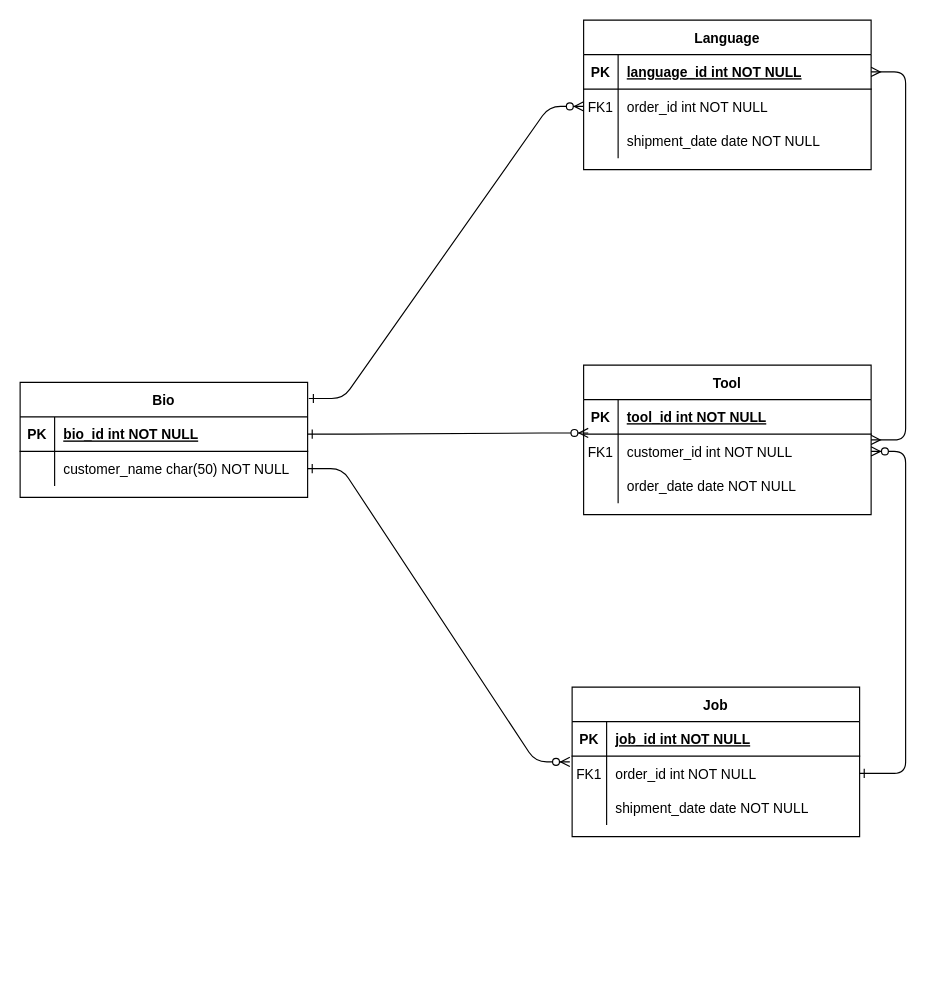
BrunoTerres/portfolio keeps this draw.io diagram as Untitled Diagram.drawio. Above is the earlier version. Source tidied: cells renumbered, new cells numbered last; positions are measured from the earlier drawing's top-left corner, leaving out a move shared by most shapes. Both pictures are drawn from the tidied source at 115%, with x=0, y=0 at pixel (20, 20).
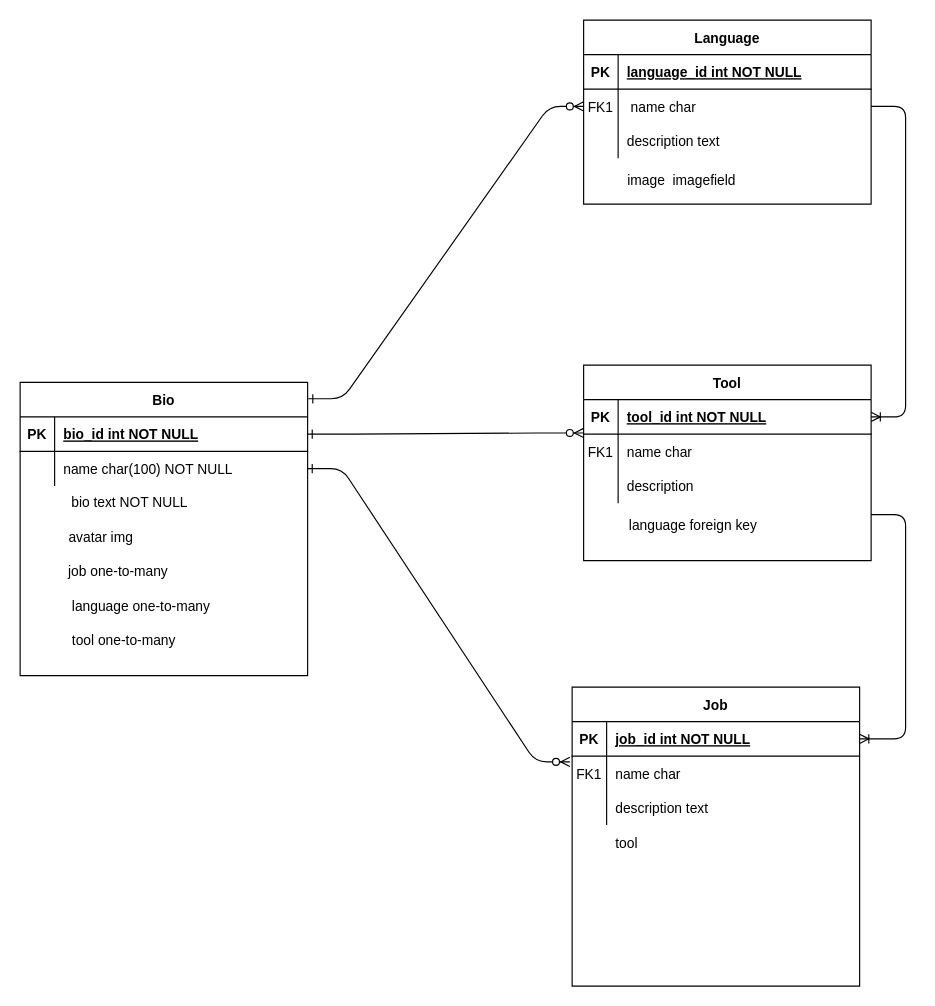
The same diagram, later.

The change refers to these unchanged cells:
```xml
<mxCell id="5" style="shape=partialRectangle;fillColor=none;points=[[0,0.5],[1,0.5]];portConstraint=eastwest;top=0;left=0;right=0;bottom=1;" parent="4" vertex="1">
  <mxGeometry y="30" width="250" height="30" as="geometry" />
</mxCell>
<mxCell id="8" style="shape=partialRectangle;fillColor=none;points=[[0,0.5],[1,0.5]];portConstraint=eastwest;top=0;left=0;right=0;bottom=0;" parent="4" vertex="1">
  <mxGeometry y="60" width="250" height="30" as="geometry" />
</mxCell>
<mxCell id="11" style="shape=partialRectangle;fillColor=none;top=0;left=0;right=0;bottom=0;" parent="4" vertex="1">
  <mxGeometry y="90" width="250" height="30" as="geometry" />
</mxCell>
<mxCell id="15" style="shape=partialRectangle;fillColor=none;points=[[0,0.5],[1,0.5]];portConstraint=eastwest;top=0;left=0;right=0;bottom=1;" parent="14" vertex="1">
  <mxGeometry y="30" width="250" height="30" as="geometry" />
</mxCell>
<mxCell id="18" style="shape=partialRectangle;fillColor=none;points=[[0,0.5],[1,0.5]];portConstraint=eastwest;top=0;left=0;right=0;bottom=0;" parent="14" vertex="1">
  <mxGeometry y="60" width="250" height="30" as="geometry" />
</mxCell>
<mxCell id="21" style="shape=partialRectangle;fillColor=none;top=0;left=0;right=0;bottom=0;" parent="14" vertex="1">
  <mxGeometry y="90" width="250" height="30" as="geometry" />
</mxCell>
<mxCell id="25" style="shape=partialRectangle;fillColor=none;points=[[0,0.5],[1,0.5]];portConstraint=eastwest;top=0;left=0;right=0;bottom=1;" parent="24" vertex="1">
  <mxGeometry y="30" width="250" height="30" as="geometry" />
</mxCell>
<mxCell id="28" style="shape=partialRectangle;fillColor=none;points=[[0,0.5],[1,0.5]];portConstraint=eastwest;top=0;left=0;right=0;bottom=0;" parent="24" vertex="1">
  <mxGeometry y="60" width="250" height="30" as="geometry" />
</mxCell>
<mxCell id="32" style="shape=partialRectangle;fillColor=none;points=[[0,0.5],[1,0.5]];portConstraint=eastwest;top=0;left=0;right=0;bottom=1;" parent="31" vertex="1">
  <mxGeometry y="30" width="250" height="30" as="geometry" />
</mxCell>
<mxCell id="35" style="shape=partialRectangle;fillColor=none;points=[[0,0.5],[1,0.5]];portConstraint=eastwest;top=0;left=0;right=0;bottom=0;" parent="31" vertex="1">
  <mxGeometry y="60" width="250" height="30" as="geometry" />
</mxCell>
<mxCell id="38" style="shape=partialRectangle;fillColor=none;top=0;left=0;right=0;bottom=0;" parent="31" vertex="1">
  <mxGeometry y="90" width="250" height="30" as="geometry" />
</mxCell>
```

Change to the diagram source:
```diff
@@
-    <mxCell id="3" style="edgeStyle=entityRelationEdgeStyle;endArrow=ERzeroToMany;startArrow=ERone;endFill=1;startFill=0;exitX=1;exitY=0.5;exitDx=0;exitDy=0;" parent="1" edge="1" source="18" target="8">
-      <mxGeometry relative="1" as="geometry" />
-    </mxCell>
     <mxCell id="4" value="Tool" style="shape=table;startSize=30;childLayout=tableLayout;rowLines=0;fontStyle=1;align=center;" parent="1" vertex="1">
-      <mxGeometry x="490" y="300" width="250" height="130" as="geometry" />
+      <mxGeometry x="490" y="300" width="250" height="170" as="geometry" />
     </mxCell>
@@
-    <mxCell id="10" value="customer_id int NOT NULL" style="shape=partialRectangle;overflow=hidden;fillColor=none;top=0;left=0;bottom=0;right=0;align=left;spacingLeft=6;" parent="8" vertex="1">
+    <mxCell id="10" value="name char" style="shape=partialRectangle;overflow=hidden;fillColor=none;top=0;left=0;bottom=0;right=0;align=left;spacingLeft=6;" parent="8" vertex="1">
       <mxGeometry x="30" width="220" height="30" as="geometry" />
     </mxCell>
@@
-    <mxCell id="13" value="order_date date NOT NULL" style="shape=partialRectangle;overflow=hidden;fillColor=none;top=0;left=0;bottom=0;right=0;align=left;spacingLeft=6;" parent="11" vertex="1">
+    <mxCell id="13" value="description" style="shape=partialRectangle;overflow=hidden;fillColor=none;top=0;left=0;bottom=0;right=0;align=left;spacingLeft=6;" parent="11" vertex="1">
       <mxGeometry x="30" width="220" height="30" as="geometry" />
     </mxCell>
     <mxCell id="14" value="Job" style="shape=table;startSize=30;childLayout=tableLayout;rowLines=0;fontStyle=1;align=center;" parent="1" vertex="1">
-      <mxGeometry x="480" y="580" width="250" height="130" as="geometry" />
+      <mxGeometry x="480" y="580" width="250" height="260" as="geometry" />
     </mxCell>
@@
-    <mxCell id="20" value="order_id int NOT NULL" style="shape=partialRectangle;overflow=hidden;fillColor=none;top=0;left=0;bottom=0;right=0;align=left;spacingLeft=6;" parent="18" vertex="1">
+    <mxCell id="20" value="name char" style="shape=partialRectangle;overflow=hidden;fillColor=none;top=0;left=0;bottom=0;right=0;align=left;spacingLeft=6;" parent="18" vertex="1">
       <mxGeometry x="30" width="220" height="30" as="geometry" />
     </mxCell>
@@
-    <mxCell id="23" value="shipment_date date NOT NULL" style="shape=partialRectangle;overflow=hidden;fillColor=none;top=0;left=0;bottom=0;right=0;align=left;spacingLeft=6;" parent="21" vertex="1">
+    <mxCell id="23" value="description text" style="shape=partialRectangle;overflow=hidden;fillColor=none;top=0;left=0;bottom=0;right=0;align=left;spacingLeft=6;" parent="21" vertex="1">
       <mxGeometry x="30" width="220" height="30" as="geometry" />
     </mxCell>
     <mxCell id="24" value="Bio" style="shape=table;startSize=30;childLayout=tableLayout;rowLines=0;fontStyle=1;align=center;" parent="1" vertex="1">
-      <mxGeometry y="315" width="250" height="100" as="geometry" />
+      <mxGeometry y="315" width="250" height="255" as="geometry" />
     </mxCell>
@@
-    <mxCell id="30" value="customer_name char(50) NOT NULL" style="shape=partialRectangle;overflow=hidden;fillColor=none;top=0;left=0;bottom=0;right=0;align=left;spacingLeft=6;" parent="28" vertex="1">
+    <mxCell id="30" value="name char(100) NOT NULL" style="shape=partialRectangle;overflow=hidden;fillColor=none;top=0;left=0;bottom=0;right=0;align=left;spacingLeft=6;" parent="28" vertex="1">
       <mxGeometry x="30" width="220" height="30" as="geometry" />
     </mxCell>
     <mxCell id="31" value="Language" style="shape=table;startSize=30;childLayout=tableLayout;rowLines=0;fontStyle=1;align=center;" parent="1" vertex="1">
-      <mxGeometry x="490" width="250" height="130" as="geometry" />
+      <mxGeometry x="490" width="250" height="160" as="geometry" />
     </mxCell>
@@
-    <mxCell id="37" value="order_id int NOT NULL" style="shape=partialRectangle;overflow=hidden;fillColor=none;top=0;left=0;bottom=0;right=0;align=left;spacingLeft=6;" parent="35" vertex="1">
+    <mxCell id="37" value=" name char " style="shape=partialRectangle;overflow=hidden;fillColor=none;top=0;left=0;bottom=0;right=0;align=left;spacingLeft=6;" parent="35" vertex="1">
       <mxGeometry x="30" width="220" height="30" as="geometry" />
     </mxCell>
@@
-    <mxCell id="40" value="shipment_date date NOT NULL" style="shape=partialRectangle;overflow=hidden;fillColor=none;top=0;left=0;bottom=0;right=0;align=left;spacingLeft=6;" parent="38" vertex="1">
+    <mxCell id="40" value="description text " style="shape=partialRectangle;overflow=hidden;fillColor=none;top=0;left=0;bottom=0;right=0;align=left;spacingLeft=6;" parent="38" vertex="1">
       <mxGeometry x="30" width="220" height="30" as="geometry" />
     </mxCell>
-    <mxCell id="41" style="edgeStyle=entityRelationEdgeStyle;fontSize=12;html=1;endArrow=ERmany;startArrow=ERmany;entryX=1;entryY=0.5;entryDx=0;entryDy=0;" parent="1" edge="1" target="32">
-      <mxGeometry relative="1" as="geometry">
-        <mxPoint x="740" y="365" as="sourcePoint" />
-      </mxGeometry>
-    </mxCell>
-    <mxCell id="42" style="edgeStyle=entityRelationEdgeStyle;endArrow=ERzeroToMany;startArrow=ERone;endFill=1;startFill=0;entryX=0.016;entryY=0.967;entryDx=0;entryDy=0;entryPerimeter=0;" parent="1" edge="1" source="25" target="5">
-      <mxGeometry relative="1" as="geometry" />
+    <mxCell id="42" style="edgeStyle=entityRelationEdgeStyle;endArrow=ERzeroToMany;startArrow=ERone;endFill=1;startFill=0;" parent="1" edge="1" source="25">
+      <mxGeometry relative="1" as="geometry">
+        <mxPoint x="490" y="359" as="targetPoint" />
+      </mxGeometry>
     </mxCell>
-    <mxCell id="43" style="edgeStyle=entityRelationEdgeStyle;endArrow=ERzeroToMany;startArrow=ERone;endFill=1;startFill=0;entryX=0;entryY=0.5;entryDx=0;entryDy=0;exitX=1.004;exitY=0.14;exitDx=0;exitDy=0;exitPerimeter=0;" parent="1" edge="1" source="24" target="35">
+    <mxCell id="43" style="edgeStyle=entityRelationEdgeStyle;endArrow=ERzeroToMany;startArrow=ERone;endFill=1;startFill=0;entryX=0;entryY=0.5;entryDx=0;entryDy=0;exitX=1.002;exitY=0.056;exitDx=0;exitDy=0;exitPerimeter=0;" parent="1" edge="1" source="24" target="35">
       <mxGeometry relative="1" as="geometry" />
     </mxCell>
+    <mxCell id="44" value="&lt;div&gt;bio text NOT NULL&lt;/div&gt;" style="text;html=1;align=center;verticalAlign=middle;" parent="1" vertex="1">
+      <mxGeometry x="35" y="410" width="120" height="20" as="geometry" />
+    </mxCell>
+    <mxCell id="45" value="avatar img" style="text;html=1;align=center;verticalAlign=middle;" parent="1" vertex="1">
+      <mxGeometry x="35" y="440" width="70" height="20" as="geometry" />
+    </mxCell>
+    <mxCell id="46" value="&lt;div&gt;job one-to-many&lt;/div&gt;" style="text;html=1;align=center;verticalAlign=middle;" parent="1" vertex="1">
+      <mxGeometry x="35" y="470" width="100" height="20" as="geometry" />
+    </mxCell>
+    <mxCell id="47" value="language one-to-many" style="text;html=1;align=center;verticalAlign=middle;" parent="1" vertex="1">
+      <mxGeometry x="35" y="500" width="140" height="20" as="geometry" />
+    </mxCell>
+    <mxCell id="48" value="tool one-to-many" style="text;html=1;align=center;verticalAlign=middle;" parent="1" vertex="1">
+      <mxGeometry x="35" y="530" width="110" height="20" as="geometry" />
+    </mxCell>
+    <mxCell id="49" value="&lt;div&gt;image&amp;nbsp; imagefield&lt;/div&gt;" style="text;html=1;align=center;verticalAlign=middle;" parent="1" vertex="1">
+      <mxGeometry x="520" y="130" width="110" height="20" as="geometry" />
+    </mxCell>
+    <mxCell id="50" value="language foreign key" style="text;html=1;align=center;verticalAlign=middle;" parent="1" vertex="1">
+      <mxGeometry x="520" y="430" width="130" height="20" as="geometry" />
+    </mxCell>
+    <mxCell id="51" style="edgeStyle=entityRelationEdgeStyle;fontSize=12;html=1;endArrow=ERoneToMany;" parent="1" edge="1" source="35" target="5">
+      <mxGeometry relative="1" as="geometry" />
+    </mxCell>
+    <mxCell id="52" style="edgeStyle=entityRelationEdgeStyle;fontSize=12;html=1;endArrow=ERoneToMany;" parent="1" edge="1" target="15">
+      <mxGeometry relative="1" as="geometry">
+        <mxPoint x="740" y="430" as="sourcePoint" />
+      </mxGeometry>
+    </mxCell>
+    <mxCell id="53" value="tool " style="shape=partialRectangle;overflow=hidden;fillColor=none;top=0;left=0;bottom=0;right=0;align=left;spacingLeft=6;" parent="1" vertex="1">
+      <mxGeometry x="510" y="700" width="220" height="30" as="geometry" />
+    </mxCell>
```
